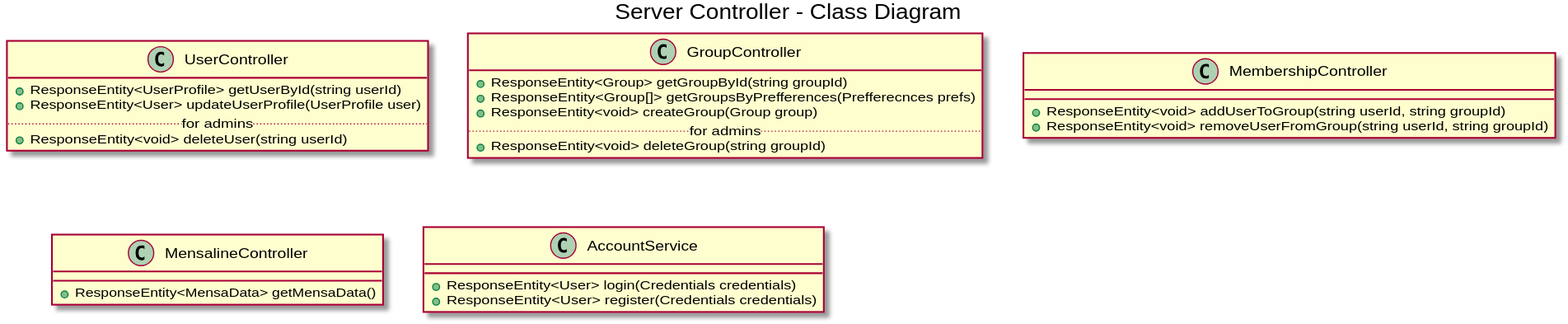
itzMatze/PSE-Team02 keeps this PlantUML diagram as 2 Entwurf/Klassendiagramme/serverViewCD.svg. Above is the earlier version.
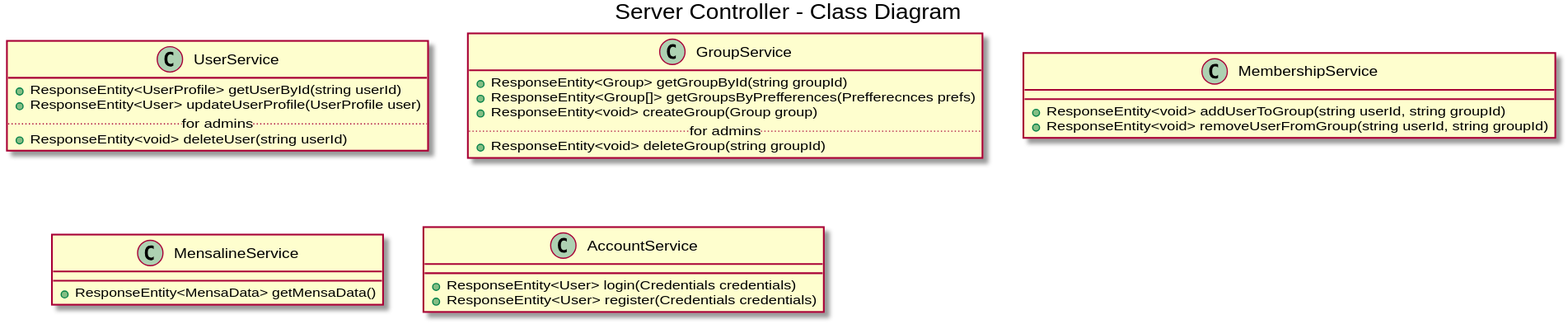
After the commit.

Commit message:
Updated server ciew class diagramm... again.

Diff of the diagram source:
```diff
@@ -1,14 +1,14 @@
 @startuml
 title Server Controller - Class Diagram
 
-class UserController {
+class UserService {
   +ResponseEntity<UserProfile> getUserById(string userId)
   +ResponseEntity<User> updateUserProfile(UserProfile user)
   ..for admins..
   +ResponseEntity<void> deleteUser(string userId)
 }
 
-class GroupController {
+class GroupService {
   +ResponseEntity<Group> getGroupById(string groupId)
   +ResponseEntity<Group[]> getGroupsByPrefferences(Prefferecnces prefs)
   +ResponseEntity<void> createGroup(Group group)
@@ -16,12 +16,12 @@
   +ResponseEntity<void> deleteGroup(string groupId)
 }
 
-class MembershipController {
+class MembershipService {
   +ResponseEntity<void> addUserToGroup(string userId, string groupId)
   +ResponseEntity<void> removeUserFromGroup(string userId, string groupId)
 }
 
-class MensalineController {
+class MensalineService {
   +ResponseEntity<MensaData> getMensaData()
 }
 
```
